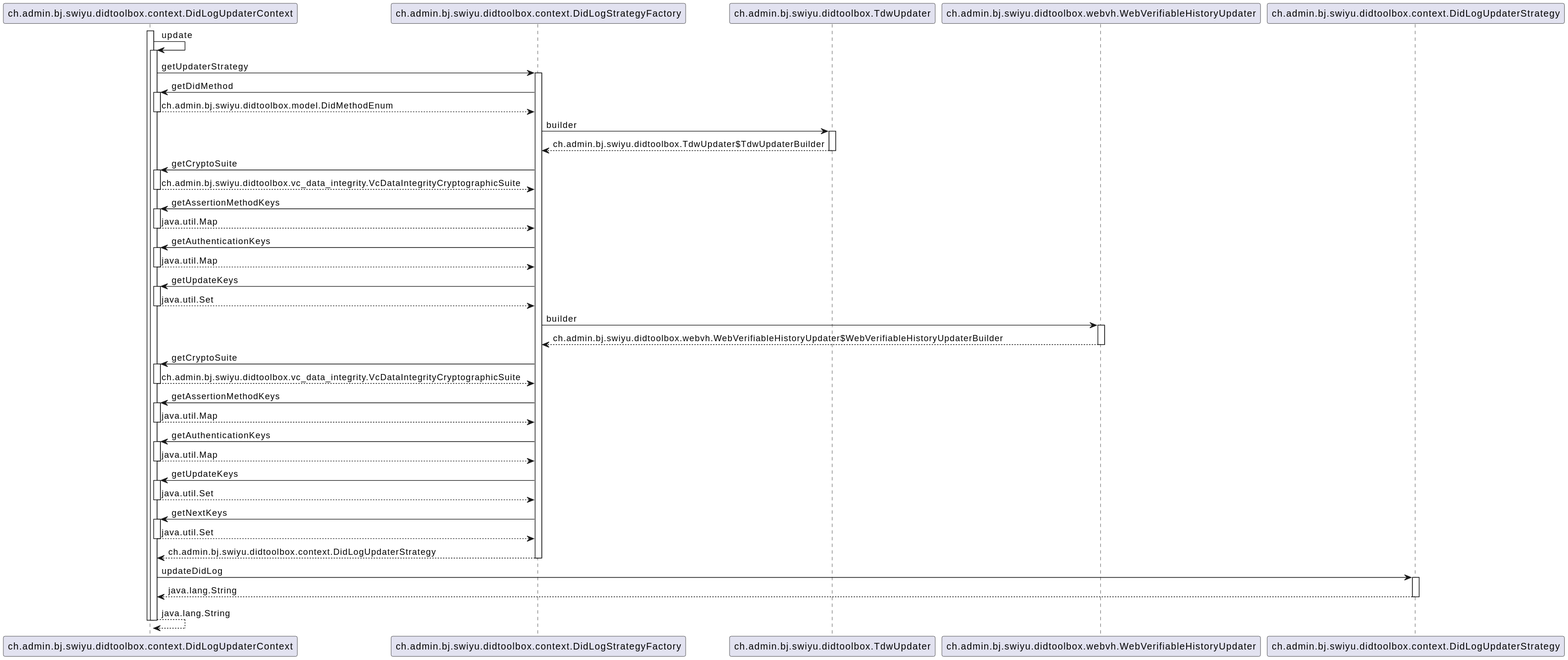
This is src/main/plantuml/DidLogUpdaterContext-update.svg from swiyu-admin-ch/didtoolbox-java, a PlantUML export, as it was before one commit.
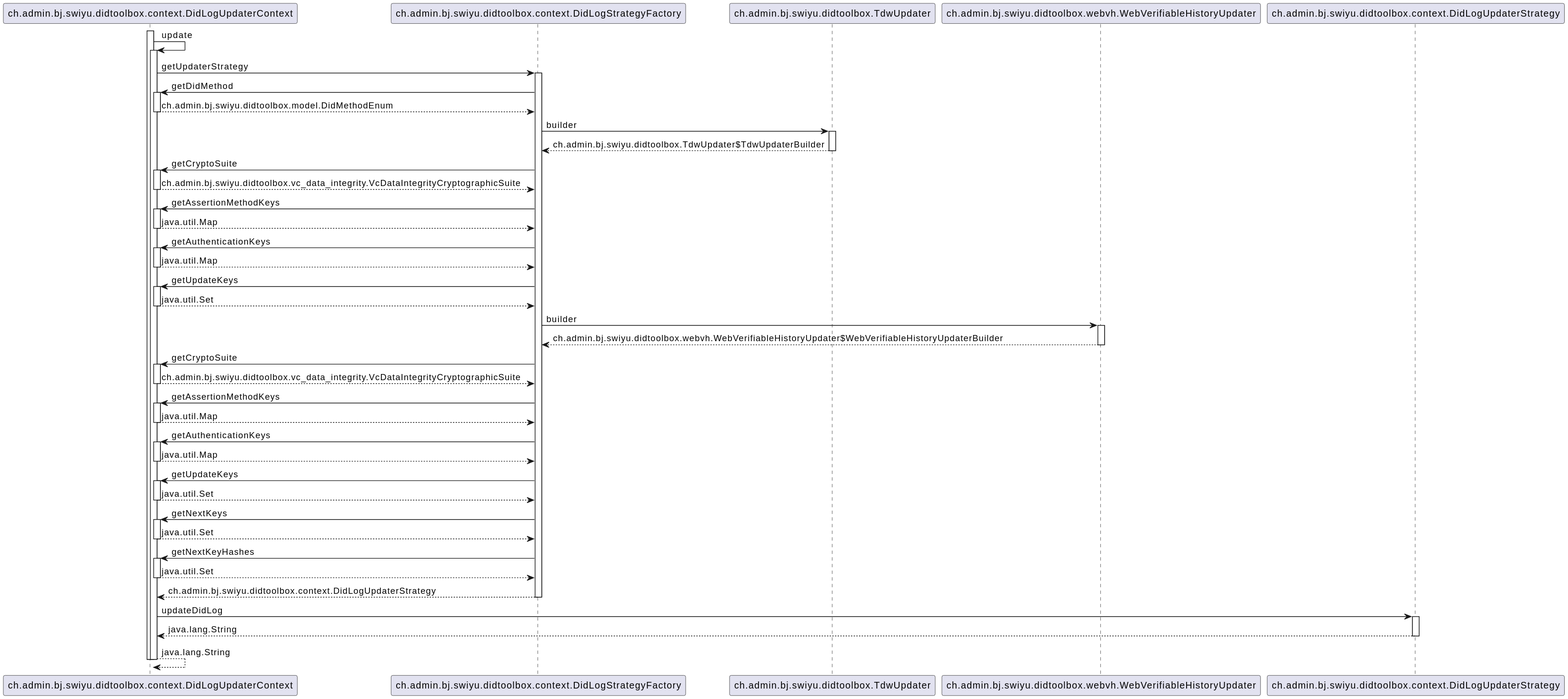
The same diagram one commit later.

Diff of the diagram source:
```diff
@@ -58,6 +58,10 @@
 			activate ch.admin.bj.swiyu.didtoolbox.context.DidLogUpdaterContext
 				ch.admin.bj.swiyu.didtoolbox.context.DidLogUpdaterContext --> ch.admin.bj.swiyu.didtoolbox.context.DidLogStrategyFactory : java.util.Set
 			deactivate ch.admin.bj.swiyu.didtoolbox.context.DidLogUpdaterContext
+			ch.admin.bj.swiyu.didtoolbox.context.DidLogStrategyFactory -> ch.admin.bj.swiyu.didtoolbox.context.DidLogUpdaterContext : getNextKeyHashes
+			activate ch.admin.bj.swiyu.didtoolbox.context.DidLogUpdaterContext
+				ch.admin.bj.swiyu.didtoolbox.context.DidLogUpdaterContext --> ch.admin.bj.swiyu.didtoolbox.context.DidLogStrategyFactory : java.util.Set
+			deactivate ch.admin.bj.swiyu.didtoolbox.context.DidLogUpdaterContext
 			ch.admin.bj.swiyu.didtoolbox.context.DidLogStrategyFactory --> ch.admin.bj.swiyu.didtoolbox.context.DidLogUpdaterContext : ch.admin.bj.swiyu.didtoolbox.context.DidLogUpdaterStrategy
 		deactivate ch.admin.bj.swiyu.didtoolbox.context.DidLogStrategyFactory
 		ch.admin.bj.swiyu.didtoolbox.context.DidLogUpdaterContext -> ch.admin.bj.swiyu.didtoolbox.context.DidLogUpdaterStrategy : updateDidLog
```
